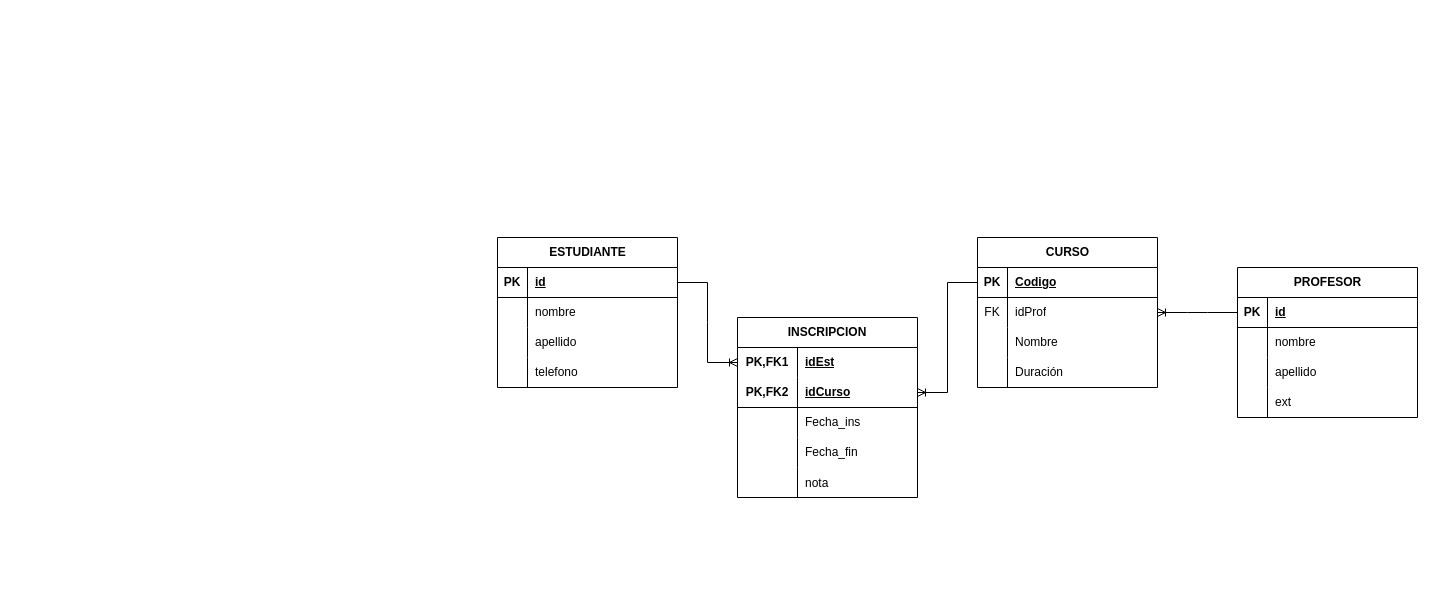
The draw.io diagram MER diagramas/Taller_AR.drawio in Juan-Garcia16/Bases-de-Datos, before the edit. Source tidied: cells renumbered, new cells numbered last; positions are measured from the earlier drawing's top-left corner, leaving out a move shared by most shapes. Both pictures are drawn from the tidied source at 100%, with x=0, y=0 at pixel (497, 237).
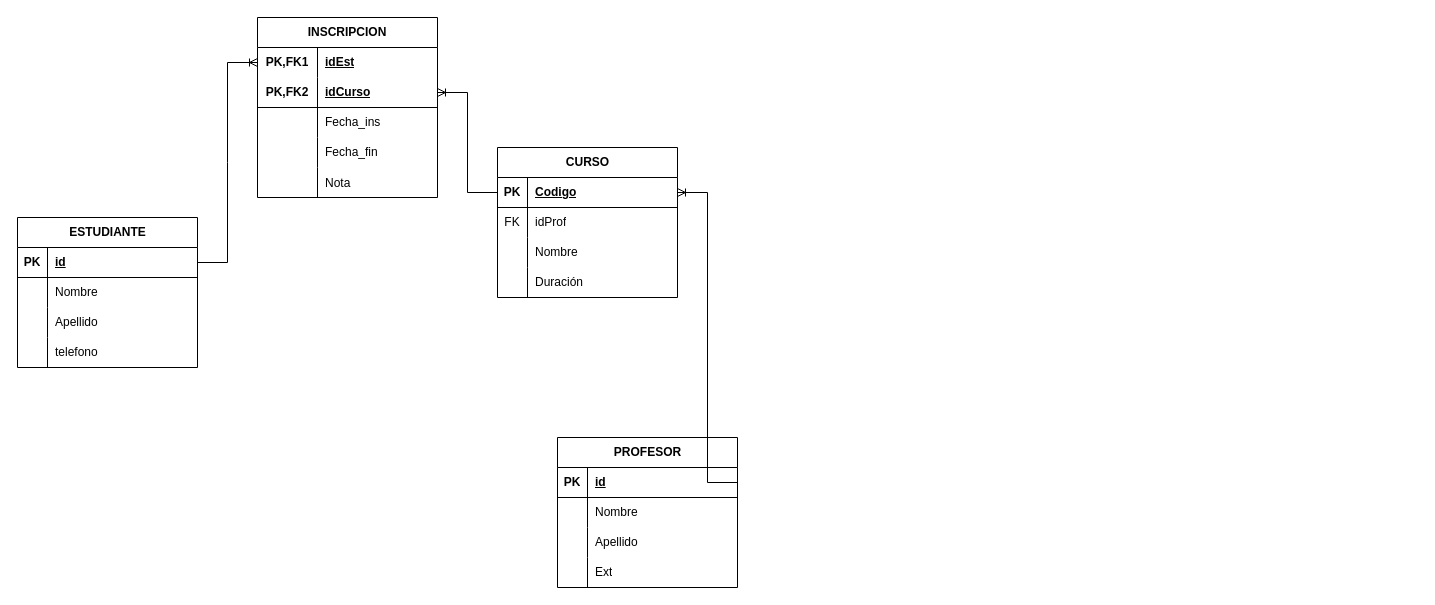
After the change.

The change refers to these unchanged cells:
```xml
<mxCell id="3" style="shape=tableRow;horizontal=0;startSize=0;swimlaneHead=0;swimlaneBody=0;fillColor=none;points=[[0,0.5],[1,0.5]];portConstraint=eastwest;top=0;left=0;right=0;bottom=1;" parent="2" vertex="1">
  <mxGeometry y="30" width="180" height="30" as="geometry" />
</mxCell>
<mxCell id="6" style="shape=tableRow;horizontal=0;startSize=0;swimlaneHead=0;swimlaneBody=0;fillColor=none;points=[[0,0.5],[1,0.5]];portConstraint=eastwest;top=0;left=0;right=0;bottom=0;" parent="2" vertex="1">
  <mxGeometry y="60" width="180" height="30" as="geometry" />
</mxCell>
<mxCell id="16" style="shape=tableRow;horizontal=0;startSize=0;swimlaneHead=0;swimlaneBody=0;fillColor=none;points=[[0,0.5],[1,0.5]];portConstraint=eastwest;top=0;left=0;right=0;bottom=1;" parent="15" vertex="1">
  <mxGeometry y="30" width="180" height="30" as="geometry" />
</mxCell>
<mxCell id="19" style="shape=tableRow;horizontal=0;startSize=0;swimlaneHead=0;swimlaneBody=0;fillColor=none;top=0;left=0;right=0;bottom=0;" parent="15" vertex="1">
  <mxGeometry y="60" width="180" height="30" as="geometry" />
</mxCell>
<mxCell id="22" style="shape=tableRow;horizontal=0;startSize=0;swimlaneHead=0;swimlaneBody=0;fillColor=none;top=0;left=0;right=0;bottom=0;" parent="15" vertex="1">
  <mxGeometry y="90" width="180" height="30" as="geometry" />
</mxCell>
<mxCell id="25" style="shape=tableRow;horizontal=0;startSize=0;swimlaneHead=0;swimlaneBody=0;fillColor=none;top=0;left=0;right=0;bottom=0;" parent="15" vertex="1">
  <mxGeometry y="120" width="180" height="30" as="geometry" />
</mxCell>
<mxCell id="32" style="shape=tableRow;horizontal=0;startSize=0;swimlaneHead=0;swimlaneBody=0;fillColor=none;top=0;left=0;right=0;bottom=0;" parent="28" vertex="1">
  <mxGeometry y="60" width="180" height="30" as="geometry" />
</mxCell>
<mxCell id="35" style="shape=tableRow;horizontal=0;startSize=0;swimlaneHead=0;swimlaneBody=0;fillColor=none;top=0;left=0;right=0;bottom=0;" parent="28" vertex="1">
  <mxGeometry y="90" width="180" height="30" as="geometry" />
</mxCell>
<mxCell id="54" style="shape=tableRow;horizontal=0;startSize=0;swimlaneHead=0;swimlaneBody=0;fillColor=none;top=0;left=0;right=0;bottom=0;" parent="41" vertex="1">
  <mxGeometry y="150" width="180" height="30" as="geometry" />
</mxCell>
```

The edit, as a diff of the source:
```diff
@@
     <mxCell id="2" value="CURSO" style="shape=table;startSize=30;childLayout=tableLayout;rowLines=0;fontStyle=1;align=center;html=1;" parent="1" vertex="1">
-      <mxGeometry x="480" width="180" height="150" as="geometry" />
+      <mxGeometry y="-90" width="180" height="150" as="geometry" />
     </mxCell>
@@
     <mxCell id="15" value="PROFESOR" style="shape=table;startSize=30;childLayout=tableLayout;rowLines=0;fontStyle=1;align=center;html=1;" parent="1" vertex="1">
-      <mxGeometry x="740" y="30" width="180" height="150" as="geometry" />
+      <mxGeometry x="60" y="200" width="180" height="150" as="geometry" />
     </mxCell>
@@
-    <mxCell id="21" value="nombre" style="shape=partialRectangle;fillColor=none;top=0;left=0;bottom=0;right=0;align=left;spacingLeft=6;overflow=hidden;whiteSpace=wrap;html=1;" parent="19" vertex="1">
+    <mxCell id="21" value="Nombre" style="shape=partialRectangle;fillColor=none;top=0;left=0;bottom=0;right=0;align=left;spacingLeft=6;overflow=hidden;whiteSpace=wrap;html=1;" parent="19" vertex="1">
       <mxGeometry x="30" width="150" height="30" as="geometry" />
     </mxCell>
@@
-    <mxCell id="24" value="apellido" style="shape=partialRectangle;fillColor=none;top=0;left=0;bottom=0;right=0;align=left;spacingLeft=6;overflow=hidden;whiteSpace=wrap;html=1;" parent="22" vertex="1">
+    <mxCell id="24" value="Apellido" style="shape=partialRectangle;fillColor=none;top=0;left=0;bottom=0;right=0;align=left;spacingLeft=6;overflow=hidden;whiteSpace=wrap;html=1;" parent="22" vertex="1">
       <mxGeometry x="30" width="150" height="30" as="geometry" />
     </mxCell>
@@
-    <mxCell id="27" value="ext" style="shape=partialRectangle;fillColor=none;top=0;left=0;bottom=0;right=0;align=left;spacingLeft=6;overflow=hidden;whiteSpace=wrap;html=1;" parent="25" vertex="1">
+    <mxCell id="27" value="Ext" style="shape=partialRectangle;fillColor=none;top=0;left=0;bottom=0;right=0;align=left;spacingLeft=6;overflow=hidden;whiteSpace=wrap;html=1;" parent="25" vertex="1">
       <mxGeometry x="30" width="150" height="30" as="geometry" />
     </mxCell>
     <mxCell id="28" value="ESTUDIANTE" style="shape=table;startSize=30;childLayout=tableLayout;rowLines=0;fontStyle=1;align=center;html=1;" parent="1" vertex="1">
-      <mxGeometry width="180" height="150" as="geometry" />
+      <mxGeometry x="-480" y="-20" width="180" height="150" as="geometry" />
     </mxCell>
@@
-    <mxCell id="34" value="nombre" style="shape=partialRectangle;fillColor=none;top=0;left=0;bottom=0;right=0;align=left;spacingLeft=6;overflow=hidden;whiteSpace=wrap;html=1;" parent="32" vertex="1">
+    <mxCell id="34" value="Nombre" style="shape=partialRectangle;fillColor=none;top=0;left=0;bottom=0;right=0;align=left;spacingLeft=6;overflow=hidden;whiteSpace=wrap;html=1;" parent="32" vertex="1">
       <mxGeometry x="30" width="150" height="30" as="geometry" />
     </mxCell>
@@
-    <mxCell id="37" value="apellido" style="shape=partialRectangle;fillColor=none;top=0;left=0;bottom=0;right=0;align=left;spacingLeft=6;overflow=hidden;whiteSpace=wrap;html=1;" parent="35" vertex="1">
+    <mxCell id="37" value="Apellido" style="shape=partialRectangle;fillColor=none;top=0;left=0;bottom=0;right=0;align=left;spacingLeft=6;overflow=hidden;whiteSpace=wrap;html=1;" parent="35" vertex="1">
       <mxGeometry x="30" width="150" height="30" as="geometry" />
     </mxCell>
@@
     <mxCell id="41" value="INSCRIPCION" style="shape=table;startSize=30;childLayout=tableLayout;rowLines=0;fontStyle=1;align=center;html=1;whiteSpace=wrap;" parent="1" vertex="1">
-      <mxGeometry x="240" y="80" width="180" height="180" as="geometry" />
+      <mxGeometry x="-240" y="-220" width="180" height="180" as="geometry" />
     </mxCell>
@@
-    <mxCell id="56" value="nota" style="shape=partialRectangle;fillColor=none;top=0;left=0;bottom=0;right=0;align=left;spacingLeft=6;overflow=hidden;" parent="54" vertex="1">
+    <mxCell id="56" value="Nota" style="shape=partialRectangle;fillColor=none;top=0;left=0;bottom=0;right=0;align=left;spacingLeft=6;overflow=hidden;" parent="54" vertex="1">
       <mxGeometry x="60" width="120" height="30" as="geometry" />
     </mxCell>
-    <mxCell id="57" style="edgeStyle=entityRelationEdgeStyle;fontSize=12;html=1;endArrow=ERoneToMany;rounded=0;exitX=0;exitY=0.5;exitDx=0;exitDy=0;entryX=1;entryY=0.5;entryDx=0;entryDy=0;" parent="1" edge="1" source="16" target="6">
-      <mxGeometry relative="1" as="geometry" />
-    </mxCell>
@@
+    <mxCell id="60" style="edgeStyle=entityRelationEdgeStyle;fontSize=12;html=1;endArrow=ERoneToMany;rounded=0;exitX=1;exitY=0.5;exitDx=0;exitDy=0;entryX=1;entryY=0.5;entryDx=0;entryDy=0;" parent="1" edge="1" source="16" target="3">
+      <mxGeometry relative="1" as="geometry">
+        <Array as="points">
+          <mxPoint x="220" y="200" />
+        </Array>
+      </mxGeometry>
+    </mxCell>
```
